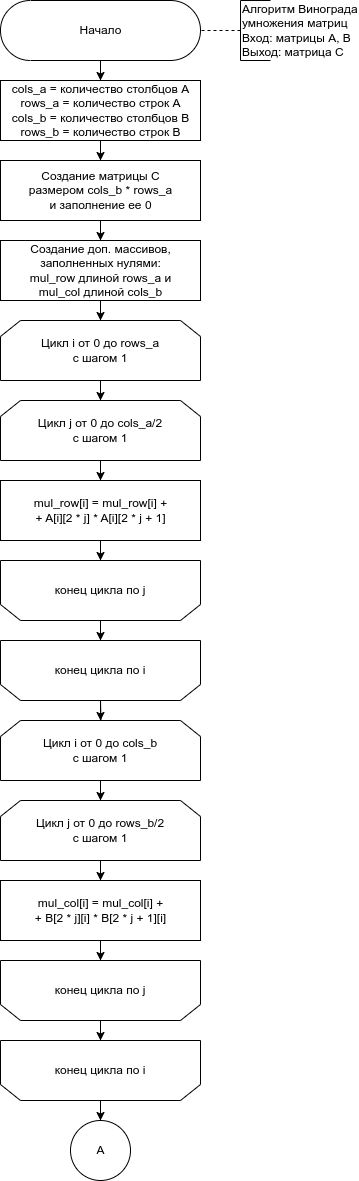
Before: lab_02/docs/img/vin_alg1.png, a diagram exported from draw.io (Ananasiika/bmstu-aa). Source tidied: cells renumbered, new cells last; positions are measured from the earlier drawing's top-left corner, leaving out a move shared by most shapes.
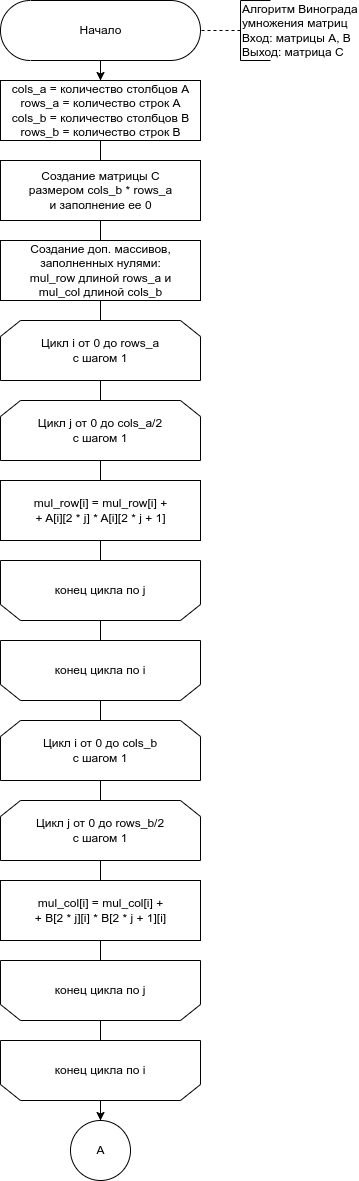
After the commit.

The edit, as a diff of the source:
```diff
@@ -14,7 +14,7 @@
     <mxCell id="5" style="edgeStyle=orthogonalEdgeStyle;rounded=0;jettySize=auto;html=1;exitX=0.5;exitY=1;exitDx=0;exitDy=0;entryX=0.5;entryY=0;entryDx=0;entryDy=0;endArrow=none;endFill=0;" parent="1" edge="1" source="7" target="13">
       <mxGeometry relative="1" as="geometry" />
     </mxCell>
-    <mxCell id="6" style="edgeStyle=orthogonalEdgeStyle;rounded=0;jettySize=auto;html=1;exitX=0.5;exitY=1;exitDx=0;exitDy=0;" parent="1" edge="1" source="7" target="13">
+    <mxCell id="6" style="endArrow=none;html=1;rounded=0;" parent="1" edge="1" source="7" target="13">
       <mxGeometry relative="1" as="geometry" />
     </mxCell>
     <mxCell id="7" value="cols_a = количество столбцов A&lt;br style=&quot;border-color: var(--border-color);&quot;&gt;rows_a = количество строк A&lt;br style=&quot;border-color: var(--border-color);&quot;&gt;cols_b = количество столбцов B&lt;br&gt;rows_b = количество строк B" style="html=1;dashed=0;whitespace=wrap;" parent="1" vertex="1">
@@ -23,7 +23,7 @@
     <mxCell id="8" style="edgeStyle=orthogonalEdgeStyle;rounded=0;jettySize=auto;html=1;exitX=0.5;exitY=1;exitDx=0;exitDy=0;entryX=0.5;entryY=0;entryDx=0;entryDy=0;endArrow=none;endFill=0;" parent="1" edge="1" source="10" target="16">
       <mxGeometry relative="1" as="geometry" />
     </mxCell>
-    <mxCell id="9" style="edgeStyle=orthogonalEdgeStyle;rounded=0;jettySize=auto;html=1;exitX=0.5;exitY=1;exitDx=0;exitDy=0;" parent="1" edge="1" source="10" target="16">
+    <mxCell id="9" style="endArrow=none;html=1;rounded=0;" parent="1" edge="1" source="10" target="16">
       <mxGeometry relative="1" as="geometry" />
     </mxCell>
     <mxCell id="10" value="Цикл i от 0 до rows_a&lt;br&gt;с шагом 1" style="shape=loopLimit;whiteSpace=wrap;html=1;direction=east;" parent="1" vertex="1">
@@ -32,7 +32,7 @@
     <mxCell id="11" style="edgeStyle=orthogonalEdgeStyle;rounded=0;jettySize=auto;html=1;exitX=0.5;exitY=1;exitDx=0;exitDy=0;entryX=0.5;entryY=0;entryDx=0;entryDy=0;endArrow=none;endFill=0;" parent="1" edge="1" source="13" target="10">
       <mxGeometry relative="1" as="geometry" />
     </mxCell>
-    <mxCell id="12" style="edgeStyle=orthogonalEdgeStyle;rounded=0;jettySize=auto;html=1;exitX=0.5;exitY=1;exitDx=0;exitDy=0;" parent="1" edge="1" source="13" target="45">
+    <mxCell id="12" style="endArrow=none;html=1;rounded=0;" parent="1" edge="1" source="13" target="45">
       <mxGeometry relative="1" as="geometry" />
     </mxCell>
     <mxCell id="13" value="Создание матрицы C&lt;br&gt;размером cols_b * rows_a&lt;br&gt;и заполнение ее 0" style="html=1;dashed=0;whitespace=wrap;" parent="1" vertex="1">
@@ -41,7 +41,7 @@
     <mxCell id="14" style="edgeStyle=orthogonalEdgeStyle;rounded=0;jettySize=auto;html=1;exitX=0.5;exitY=1;exitDx=0;exitDy=0;entryX=0.5;entryY=0;entryDx=0;entryDy=0;endArrow=none;endFill=0;" parent="1" edge="1" source="16" target="19">
       <mxGeometry relative="1" as="geometry" />
     </mxCell>
-    <mxCell id="15" style="edgeStyle=orthogonalEdgeStyle;rounded=0;jettySize=auto;html=1;exitX=0.5;exitY=1;exitDx=0;exitDy=0;" parent="1" edge="1" source="16" target="19">
+    <mxCell id="15" style="endArrow=none;html=1;rounded=0;" parent="1" edge="1" source="16" target="19">
       <mxGeometry relative="1" as="geometry" />
     </mxCell>
     <mxCell id="16" value="Цикл j от 0 до cols_a/2 &lt;br&gt;с шагом 1" style="shape=loopLimit;whiteSpace=wrap;html=1;direction=east;" parent="1" vertex="1">
@@ -50,7 +50,7 @@
     <mxCell id="17" style="edgeStyle=orthogonalEdgeStyle;rounded=0;jettySize=auto;html=1;exitX=0.5;exitY=1;exitDx=0;exitDy=0;entryX=0.5;entryY=1;entryDx=0;entryDy=0;endArrow=none;endFill=0;" parent="1" edge="1" source="19" target="22">
       <mxGeometry relative="1" as="geometry" />
     </mxCell>
-    <mxCell id="18" style="edgeStyle=orthogonalEdgeStyle;rounded=0;jettySize=auto;html=1;exitX=0.5;exitY=1;exitDx=0;exitDy=0;" parent="1" edge="1" source="19" target="22">
+    <mxCell id="18" style="endArrow=none;html=1;rounded=0;" parent="1" edge="1" source="19" target="22">
       <mxGeometry relative="1" as="geometry" />
     </mxCell>
     <mxCell id="19" value="mul_row[i] = mul_row[i] + &lt;br&gt;+ A[i][2 * j] * A[i][2 * j + 1]" style="html=1;dashed=0;whitespace=wrap;" parent="1" vertex="1">
@@ -59,7 +59,7 @@
     <mxCell id="20" style="edgeStyle=orthogonalEdgeStyle;rounded=0;jettySize=auto;html=1;exitX=0.5;exitY=0;exitDx=0;exitDy=0;entryX=0.5;entryY=1;entryDx=0;entryDy=0;endArrow=none;endFill=0;" parent="1" edge="1" source="22" target="25">
       <mxGeometry relative="1" as="geometry" />
     </mxCell>
-    <mxCell id="21" style="edgeStyle=orthogonalEdgeStyle;rounded=0;jettySize=auto;html=1;exitX=0.5;exitY=0;exitDx=0;exitDy=0;" parent="1" edge="1" source="22" target="25">
+    <mxCell id="21" style="endArrow=none;html=1;rounded=0;" parent="1" edge="1" source="22" target="25">
       <mxGeometry relative="1" as="geometry" />
     </mxCell>
     <mxCell id="22" value="конец цикла по j" style="shape=loopLimit;whiteSpace=wrap;html=1;strokeWidth=1;direction=west;" parent="1" vertex="1">
@@ -70,7 +70,7 @@
         <mxPoint x="100" y="720" as="targetPoint" />
       </mxGeometry>
     </mxCell>
-    <mxCell id="24" style="edgeStyle=orthogonalEdgeStyle;rounded=0;jettySize=auto;html=1;exitX=0.5;exitY=0;exitDx=0;exitDy=0;" parent="1" edge="1" source="25">
+    <mxCell id="24" style="endArrow=none;html=1;rounded=0;" parent="1" edge="1" source="25">
       <mxGeometry relative="1" as="geometry">
         <mxPoint x="100" y="720" as="targetPoint" />
       </mxGeometry>
@@ -78,20 +78,10 @@
     <mxCell id="25" value="конец цикла по i" style="shape=loopLimit;whiteSpace=wrap;html=1;strokeWidth=1;direction=west;" parent="1" vertex="1">
       <mxGeometry y="640" width="200" height="60" as="geometry" />
     </mxCell>
-    <mxCell id="26" style="edgeStyle=orthogonalEdgeStyle;rounded=0;jettySize=auto;html=1;exitX=0.5;exitY=1;exitDx=0;exitDy=0;entryX=0.5;entryY=0;entryDx=0;entryDy=0;endArrow=none;endFill=0;" parent="1" edge="1" target="30">
-      <mxGeometry relative="1" as="geometry">
-        <mxPoint x="100" y="700" as="sourcePoint" />
-      </mxGeometry>
-    </mxCell>
-    <mxCell id="27" style="edgeStyle=orthogonalEdgeStyle;rounded=0;jettySize=auto;html=1;exitX=0.5;exitY=1;exitDx=0;exitDy=0;" parent="1" edge="1" target="30">
-      <mxGeometry relative="1" as="geometry">
-        <mxPoint x="100" y="700" as="sourcePoint" />
-      </mxGeometry>
-    </mxCell>
     <mxCell id="28" style="edgeStyle=orthogonalEdgeStyle;rounded=0;jettySize=auto;html=1;exitX=0.5;exitY=1;exitDx=0;exitDy=0;entryX=0.5;entryY=0;entryDx=0;entryDy=0;endArrow=none;endFill=0;" parent="1" edge="1" source="30" target="33">
       <mxGeometry relative="1" as="geometry" />
     </mxCell>
-    <mxCell id="29" style="edgeStyle=orthogonalEdgeStyle;rounded=0;jettySize=auto;html=1;exitX=0.5;exitY=1;exitDx=0;exitDy=0;" parent="1" edge="1" source="30" target="33">
+    <mxCell id="29" style="endArrow=none;html=1;rounded=0;" parent="1" edge="1" source="30" target="33">
       <mxGeometry relative="1" as="geometry" />
     </mxCell>
     <mxCell id="30" value="Цикл i от 0 до cols_b&lt;br&gt;с шагом 1" style="shape=loopLimit;whiteSpace=wrap;html=1;direction=east;" parent="1" vertex="1">
@@ -100,7 +90,7 @@
     <mxCell id="31" style="edgeStyle=orthogonalEdgeStyle;rounded=0;jettySize=auto;html=1;exitX=0.5;exitY=1;exitDx=0;exitDy=0;entryX=0.5;entryY=0;entryDx=0;entryDy=0;endArrow=none;endFill=0;" parent="1" edge="1" source="33" target="36">
       <mxGeometry relative="1" as="geometry" />
     </mxCell>
-    <mxCell id="32" style="edgeStyle=orthogonalEdgeStyle;rounded=0;jettySize=auto;html=1;exitX=0.5;exitY=1;exitDx=0;exitDy=0;" parent="1" edge="1" source="33" target="36">
+    <mxCell id="32" style="endArrow=none;html=1;rounded=0;" parent="1" edge="1" source="33" target="36">
       <mxGeometry relative="1" as="geometry" />
     </mxCell>
     <mxCell id="33" value="Цикл j от 0 до rows_b/2&lt;br&gt;с шагом 1" style="shape=loopLimit;whiteSpace=wrap;html=1;direction=east;" parent="1" vertex="1">
@@ -109,7 +99,7 @@
     <mxCell id="34" style="edgeStyle=orthogonalEdgeStyle;rounded=0;jettySize=auto;html=1;exitX=0.5;exitY=1;exitDx=0;exitDy=0;entryX=0.5;entryY=1;entryDx=0;entryDy=0;endArrow=none;endFill=0;" parent="1" edge="1" source="36" target="39">
       <mxGeometry relative="1" as="geometry" />
     </mxCell>
-    <mxCell id="35" style="edgeStyle=orthogonalEdgeStyle;rounded=0;jettySize=auto;html=1;exitX=0.5;exitY=1;exitDx=0;exitDy=0;" parent="1" edge="1" source="36" target="39">
+    <mxCell id="35" style="endArrow=none;html=1;rounded=0;" parent="1" edge="1" source="36" target="39">
       <mxGeometry relative="1" as="geometry" />
     </mxCell>
     <mxCell id="36" value="mul_col[i] = mul_col[i] + &lt;br&gt;+ B[2 * j][i] * B[2 * j + 1][i]" style="html=1;dashed=0;whitespace=wrap;" parent="1" vertex="1">
@@ -118,7 +108,7 @@
     <mxCell id="37" style="edgeStyle=orthogonalEdgeStyle;rounded=0;jettySize=auto;html=1;exitX=0.5;exitY=0;exitDx=0;exitDy=0;entryX=0.5;entryY=1;entryDx=0;entryDy=0;endArrow=none;endFill=0;" parent="1" edge="1" source="39" target="42">
       <mxGeometry relative="1" as="geometry" />
     </mxCell>
-    <mxCell id="38" style="edgeStyle=orthogonalEdgeStyle;rounded=0;jettySize=auto;html=1;exitX=0.5;exitY=0;exitDx=0;exitDy=0;" parent="1" edge="1" source="39" target="42">
+    <mxCell id="38" style="endArrow=none;html=1;rounded=0;" parent="1" edge="1" source="39" target="42">
       <mxGeometry relative="1" as="geometry" />
     </mxCell>
     <mxCell id="39" value="конец цикла по j" style="shape=loopLimit;whiteSpace=wrap;html=1;strokeWidth=1;direction=west;" parent="1" vertex="1">
@@ -136,7 +126,7 @@
     <mxCell id="43" value="A" style="shape=ellipse;html=1;dashed=0;whitespace=wrap;perimeter=ellipsePerimeter;" parent="1" vertex="1">
       <mxGeometry x="70" y="1120" width="60" height="60" as="geometry" />
     </mxCell>
-    <mxCell id="44" style="edgeStyle=orthogonalEdgeStyle;rounded=0;jettySize=auto;html=1;exitX=0.5;exitY=1;exitDx=0;exitDy=0;" parent="1" edge="1" source="45" target="10">
+    <mxCell id="44" style="endArrow=none;html=1;rounded=0;" parent="1" edge="1" source="45" target="10">
       <mxGeometry relative="1" as="geometry" />
     </mxCell>
     <mxCell id="45" value="Создание доп. массивов,&lt;br&gt;заполненных нулями:&lt;br&gt;mul_row длиной rows_a и&lt;br&gt;mul_col длиной cols_b" style="html=1;dashed=0;whitespace=wrap;" parent="1" vertex="1">
```
